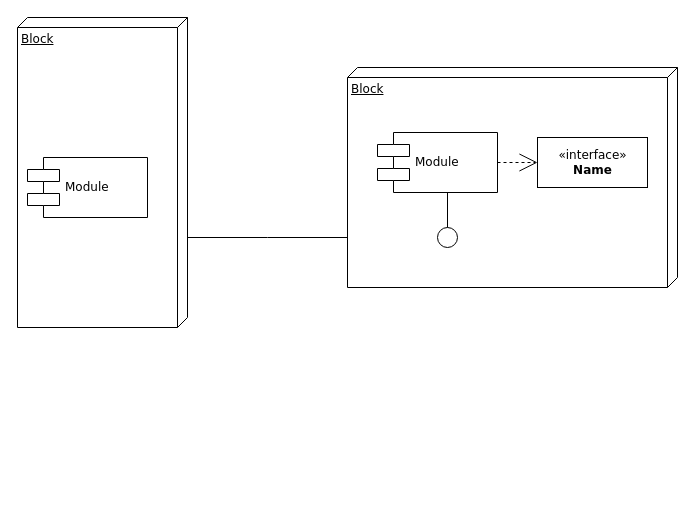
Bernard203/Bernard203.github.io keeps this draw.io diagram as 未命名绘图.drawio. Above is the earlier version. Source tidied: cells renumbered, new cells numbered last; positions are measured from the earlier drawing's top-left corner, leaving out a move shared by most shapes. Both pictures are drawn from the tidied source at 100%, with x=0, y=0 at pixel (17, 17).
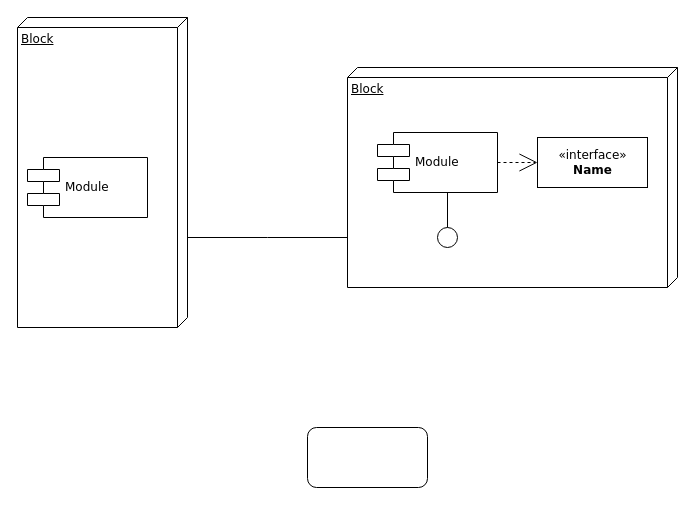
Above is the later version.

Commit message:
更新未命名绘图.drawio

The edit, as a diff of the source:
```diff
@@
 <mxGraphModel>
   <root>
     <mxCell id="0" />
     <mxCell id="1" parent="0" />
     <mxCell id="2" value="Block" style="verticalAlign=top;align=left;spacingTop=8;spacingLeft=2;spacingRight=12;shape=cube;size=10;direction=south;fontStyle=4;html=1;rounded=0;shadow=0;comic=0;labelBackgroundColor=none;strokeWidth=1;fontFamily=Verdana;fontSize=12;" parent="1" vertex="1">
       <mxGeometry x="330" y="50" width="330" height="220" as="geometry" />
     </mxCell>
     <mxCell id="3" value="Block" style="verticalAlign=top;align=left;spacingTop=8;spacingLeft=2;spacingRight=12;shape=cube;size=10;direction=south;fontStyle=4;html=1;rounded=0;shadow=0;comic=0;labelBackgroundColor=none;strokeWidth=1;fontFamily=Verdana;fontSize=12;" parent="1" vertex="1">
       <mxGeometry width="170" height="310" as="geometry" />
     </mxCell>
     <mxCell id="4" value="Module" style="shape=component;align=left;spacingLeft=36;rounded=0;shadow=0;comic=0;labelBackgroundColor=none;strokeWidth=1;fontFamily=Verdana;fontSize=12;html=1;" parent="1" vertex="1">
       <mxGeometry x="360" y="115" width="120" height="60" as="geometry" />
     </mxCell>
     <mxCell id="5" value="&amp;laquo;interface&amp;raquo;&lt;br&gt;&lt;b&gt;Name&lt;/b&gt;" style="html=1;rounded=0;shadow=0;comic=0;labelBackgroundColor=none;strokeWidth=1;fontFamily=Verdana;fontSize=12;align=center;" parent="1" vertex="1">
       <mxGeometry x="520" y="120" width="110" height="50" as="geometry" />
     </mxCell>
     <mxCell id="6" style="ellipse;whiteSpace=wrap;html=1;rounded=0;shadow=0;comic=0;labelBackgroundColor=none;strokeWidth=1;fontFamily=Verdana;fontSize=12;align=center;" parent="1" vertex="1">
       <mxGeometry x="420" y="210" width="20" height="20" as="geometry" />
     </mxCell>
     <mxCell id="7" value="Module" style="shape=component;align=left;spacingLeft=36;rounded=0;shadow=0;comic=0;labelBackgroundColor=none;strokeWidth=1;fontFamily=Verdana;fontSize=12;html=1;" parent="1" vertex="1">
       <mxGeometry x="10" y="140" width="120" height="60" as="geometry" />
     </mxCell>
     <mxCell id="8" style="edgeStyle=elbowEdgeStyle;rounded=0;html=1;labelBackgroundColor=none;startArrow=none;startFill=0;startSize=8;endArrow=none;endFill=0;endSize=16;fontFamily=Verdana;fontSize=12;" parent="1" edge="1" source="6" target="4">
       <mxGeometry relative="1" as="geometry" />
     </mxCell>
     <mxCell id="9" style="edgeStyle=orthogonalEdgeStyle;rounded=0;html=1;dashed=1;labelBackgroundColor=none;startArrow=none;startFill=0;startSize=8;endArrow=open;endFill=0;endSize=16;fontFamily=Verdana;fontSize=12;" parent="1" edge="1" source="4" target="5">
       <mxGeometry relative="1" as="geometry" />
     </mxCell>
     <mxCell id="10" style="edgeStyle=orthogonalEdgeStyle;rounded=0;html=1;labelBackgroundColor=none;startArrow=none;startFill=0;startSize=8;endArrow=none;endFill=0;endSize=16;fontFamily=Verdana;fontSize=12;" parent="1" edge="1" source="3" target="2">
       <mxGeometry relative="1" as="geometry">
         <Array as="points">
           <mxPoint x="250" y="220" />
           <mxPoint x="250" y="220" />
         </Array>
       </mxGeometry>
     </mxCell>
+    <mxCell id="11" style="rounded=1;whiteSpace=wrap;html=1;" parent="1" vertex="1">
+      <mxGeometry x="290" y="410" width="120" height="60" as="geometry" />
+    </mxCell>
   </root>
 </mxGraphModel>
```
